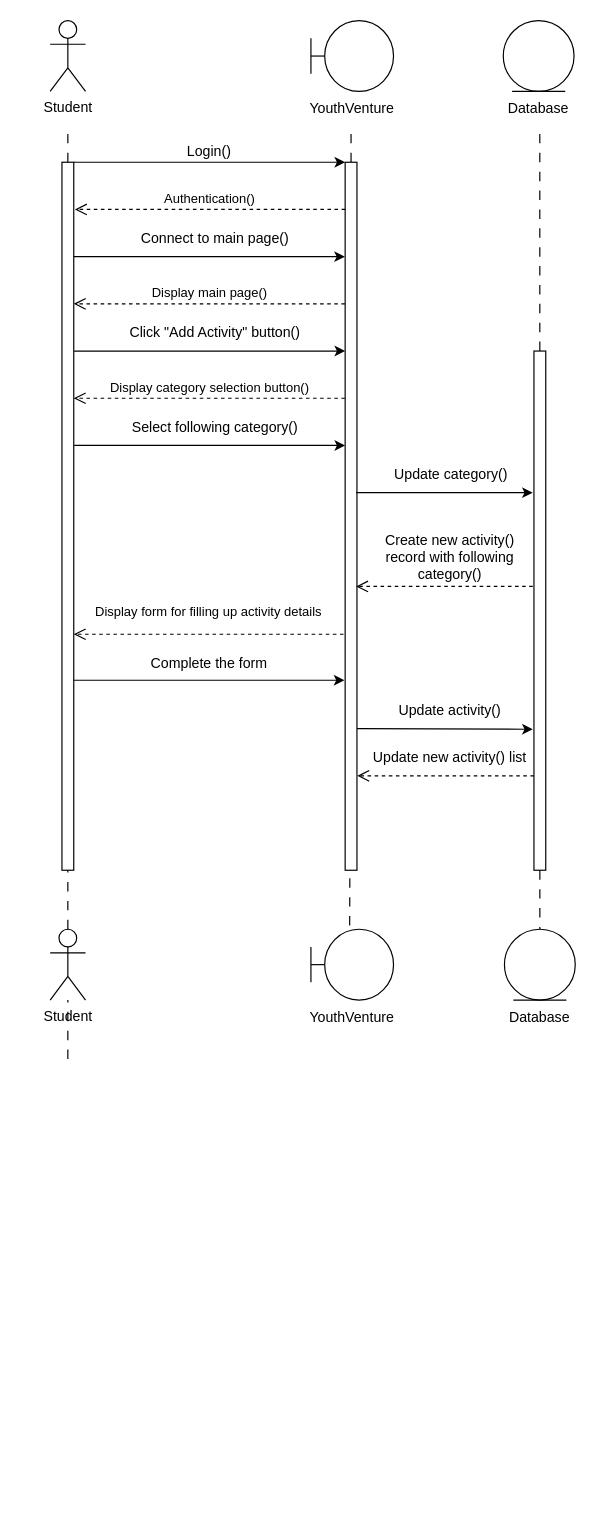
wei2030/year2_project keeps this draw.io diagram as sequence_diagram/UC019 seq diagram.drawio. Above is the earlier version. Source tidied: cells renumbered, new cells numbered last; positions are measured from the earlier drawing's top-left corner, leaving out a move shared by most shapes. Both pictures are drawn from the tidied source at 118%, with x=0, y=0 at pixel (50, 20).
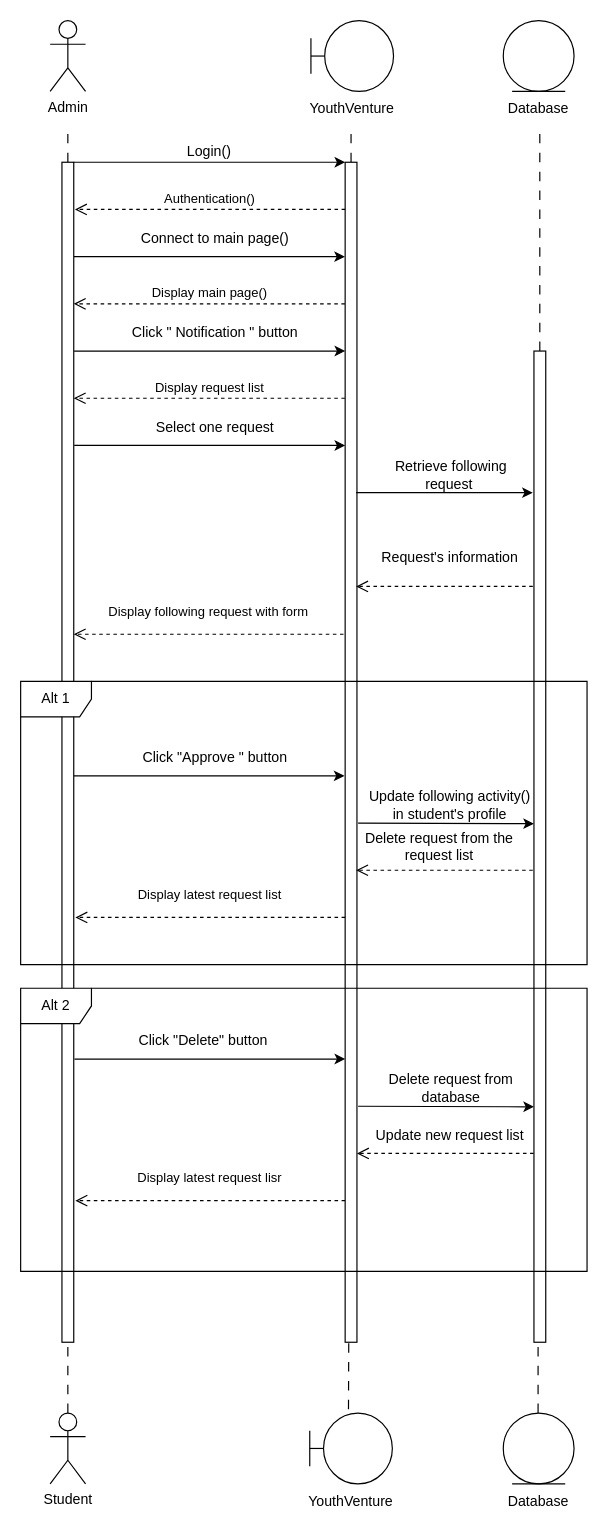
The same diagram, later.

The edit, as a diff of the source:
```diff
@@
-    <mxCell id="2" value="Student" style="shape=umlActor;verticalLabelPosition=bottom;verticalAlign=top;html=1;" parent="1" vertex="1">
+    <mxCell id="2" value="Admin" style="shape=umlActor;verticalLabelPosition=bottom;verticalAlign=top;html=1;" parent="1" vertex="1">
       <mxGeometry width="30" height="60" as="geometry" />
     </mxCell>
@@
     <mxCell id="12" style="rounded=0;whiteSpace=wrap;html=1;" parent="1" vertex="1">
-      <mxGeometry x="10" y="120" width="10" height="600" as="geometry" />
+      <mxGeometry x="10" y="120" width="10" height="1000" as="geometry" />
     </mxCell>
@@
     <mxCell id="14" style="rounded=0;whiteSpace=wrap;html=1;" parent="1" vertex="1">
-      <mxGeometry x="250" y="120" width="10" height="600" as="geometry" />
+      <mxGeometry x="250" y="120" width="10" height="1000" as="geometry" />
     </mxCell>
@@
-    <mxCell id="22" value="Click &quot;Add Activity&quot; button()" style="text;html=1;strokeColor=none;fillColor=none;align=center;verticalAlign=middle;whiteSpace=wrap;rounded=0;" parent="1" vertex="1">
+    <mxCell id="22" value="Click &quot; Notification &quot; button" style="text;html=1;strokeColor=none;fillColor=none;align=center;verticalAlign=middle;whiteSpace=wrap;rounded=0;" parent="1" vertex="1">
       <mxGeometry x="30" y="250" width="220" height="30" as="geometry" />
     </mxCell>
     <mxCell id="23" style="rounded=0;whiteSpace=wrap;html=1;" parent="1" vertex="1">
-      <mxGeometry x="410" y="280" width="10" height="440" as="geometry" />
+      <mxGeometry x="410" y="280" width="10" height="840" as="geometry" />
     </mxCell>
@@
-    <mxCell id="25" value="Update category()" style="text;html=1;strokeColor=none;fillColor=none;align=center;verticalAlign=middle;whiteSpace=wrap;rounded=0;" parent="1" vertex="1">
+    <mxCell id="25" value="Retrieve following request&amp;nbsp;" style="text;html=1;strokeColor=none;fillColor=none;align=center;verticalAlign=middle;whiteSpace=wrap;rounded=0;" parent="1" vertex="1">
       <mxGeometry x="270" y="370" width="140" height="30" as="geometry" />
     </mxCell>
@@
-    <mxCell id="27" value="Display form for filling up activity details" style="html=1;verticalAlign=bottom;endArrow=open;dashed=1;endSize=8;curved=0;rounded=0;entryX=1.124;entryY=0.603;entryDx=0;entryDy=0;entryPerimeter=0;exitX=-0.018;exitY=0.603;exitDx=0;exitDy=0;exitPerimeter=0;" parent="1" edge="1">
+    <mxCell id="27" value="Display following request with form" style="html=1;verticalAlign=bottom;endArrow=open;dashed=1;endSize=8;curved=0;rounded=0;entryX=1.124;entryY=0.603;entryDx=0;entryDy=0;entryPerimeter=0;exitX=-0.018;exitY=0.603;exitDx=0;exitDy=0;exitPerimeter=0;" parent="1" edge="1">
       <mxGeometry x="0.01" y="-10" relative="1" as="geometry">
         <mxPoint x="248.6" y="520" as="sourcePoint" />
         <mxPoint x="20" y="520" as="targetPoint" />
       </mxGeometry>
     </mxCell>
-    <mxCell id="28" style="endArrow=none;dashed=1;html=1;rounded=0;strokeWidth=1;dashPattern=8 8;" parent="1" edge="1" source="36">
-      <mxGeometry relative="1" as="geometry">
-        <mxPoint x="414" y="800" as="targetPoint" />
-      </mxGeometry>
-    </mxCell>
     <mxCell id="29" style="group;" parent="1" vertex="1">
-      <mxGeometry x="221" y="770" width="70" height="90" as="geometry" />
+      <mxGeometry x="220" y="1180" width="70" height="90" as="geometry" />
     </mxCell>
@@
     <mxCell id="32" value="Database" style="text;html=1;strokeColor=none;fillColor=none;align=center;verticalAlign=middle;whiteSpace=wrap;rounded=0;" parent="1" vertex="1">
-      <mxGeometry x="385" y="830" width="60" height="30" as="geometry" />
+      <mxGeometry x="384" y="1240" width="60" height="30" as="geometry" />
     </mxCell>
-    <mxCell id="33" style="endArrow=none;dashed=1;html=1;rounded=0;strokeWidth=1;dashPattern=8 8;" parent="1" edge="1" target="34">
-      <mxGeometry relative="1" as="geometry">
-        <mxPoint x="15" y="880" as="sourcePoint" />
-      </mxGeometry>
-    </mxCell>
     <mxCell id="34" value="Student" style="shape=umlActor;verticalLabelPosition=bottom;verticalAlign=top;html=1;" parent="1" vertex="1">
-      <mxGeometry y="770" width="30" height="60" as="geometry" />
+      <mxGeometry y="1180" width="30" height="60" as="geometry" />
     </mxCell>
-    <mxCell id="35" style="endArrow=none;dashed=1;html=1;rounded=0;strokeWidth=1;dashPattern=8 8;" parent="1" edge="1" target="36">
-      <mxGeometry relative="1" as="geometry">
-        <mxPoint x="415" y="720" as="sourcePoint" />
-      </mxGeometry>
-    </mxCell>
     <mxCell id="36" style="ellipse;shape=umlEntity;whiteSpace=wrap;html=1;" parent="1" vertex="1">
-      <mxGeometry x="385" y="770" width="60" height="60" as="geometry" />
+      <mxGeometry x="384" y="1180" width="60" height="60" as="geometry" />
     </mxCell>
-    <mxCell id="37" value="Create new activity() record with following category()" style="text;html=1;strokeColor=none;fillColor=none;align=center;verticalAlign=middle;whiteSpace=wrap;rounded=0;" parent="1" vertex="1">
+    <mxCell id="37" value="Request's information" style="text;html=1;strokeColor=none;fillColor=none;align=center;verticalAlign=middle;whiteSpace=wrap;rounded=0;" parent="1" vertex="1">
       <mxGeometry x="269" y="440" width="140" height="30" as="geometry" />
     </mxCell>
-    <mxCell id="38" value="Complete the form" style="text;html=1;strokeColor=none;fillColor=none;align=center;verticalAlign=middle;whiteSpace=wrap;rounded=0;" parent="1" vertex="1">
-      <mxGeometry x="25" y="530" width="220" height="30" as="geometry" />
+    <mxCell id="38" value="Click &quot;Approve &quot; button" style="text;html=1;strokeColor=none;fillColor=none;align=center;verticalAlign=middle;whiteSpace=wrap;rounded=0;" parent="1" vertex="1">
+      <mxGeometry x="30" y="610" width="220" height="30" as="geometry" />
     </mxCell>
     <mxCell id="39" style="endArrow=classic;html=1;rounded=0;exitX=1.02;exitY=0.712;exitDx=0;exitDy=0;exitPerimeter=0;entryX=-0.04;entryY=0.712;entryDx=0;entryDy=0;entryPerimeter=0;" parent="1" edge="1">
       <mxGeometry relative="1" as="geometry">
-        <mxPoint x="20" y="559" as="sourcePoint" />
-        <mxPoint x="249.4" y="559" as="targetPoint" />
+        <mxPoint x="20" y="640" as="sourcePoint" />
+        <mxPoint x="249.4" y="640" as="targetPoint" />
       </mxGeometry>
     </mxCell>
-    <mxCell id="40" value="Update activity()" style="text;html=1;strokeColor=none;fillColor=none;align=center;verticalAlign=middle;whiteSpace=wrap;rounded=0;" parent="1" vertex="1">
-      <mxGeometry x="269" y="570" width="140" height="30" as="geometry" />
+    <mxCell id="40" value="Update following activity() in student's profile" style="text;html=1;strokeColor=none;fillColor=none;align=center;verticalAlign=middle;whiteSpace=wrap;rounded=0;" parent="1" vertex="1">
+      <mxGeometry x="269" y="650" width="140" height="30" as="geometry" />
     </mxCell>
     <mxCell id="41" style="endArrow=classic;html=1;rounded=0;entryX=0;entryY=0;entryDx=0;entryDy=0;exitX=1;exitY=0.739;exitDx=0;exitDy=0;exitPerimeter=0;" parent="1" edge="1">
       <mxGeometry relative="1" as="geometry">
-        <mxPoint x="260" y="600" as="sourcePoint" />
-        <mxPoint x="409" y="600.5" as="targetPoint" />
+        <mxPoint x="261" y="680" as="sourcePoint" />
+        <mxPoint x="410" y="680.5" as="targetPoint" />
       </mxGeometry>
     </mxCell>
-    <mxCell id="42" value="Display category selection button()" style="html=1;verticalAlign=bottom;endArrow=open;dashed=1;endSize=8;curved=0;rounded=0;entryX=1.004;entryY=0.164;entryDx=0;entryDy=0;entryPerimeter=0;exitX=-0.019;exitY=0.164;exitDx=0;exitDy=0;exitPerimeter=0;" parent="1" edge="1">
+    <mxCell id="42" value="Display request list" style="html=1;verticalAlign=bottom;endArrow=open;dashed=1;endSize=8;curved=0;rounded=0;entryX=1.004;entryY=0.164;entryDx=0;entryDy=0;entryPerimeter=0;exitX=-0.019;exitY=0.164;exitDx=0;exitDy=0;exitPerimeter=0;" parent="1" edge="1">
       <mxGeometry relative="1" as="geometry">
         <mxPoint x="249.8" y="320" as="sourcePoint" />
         <mxPoint x="20" y="320" as="targetPoint" />
       </mxGeometry>
     </mxCell>
@@
-    <mxCell id="44" value="Select following category()" style="text;html=1;strokeColor=none;fillColor=none;align=center;verticalAlign=middle;whiteSpace=wrap;rounded=0;" parent="1" vertex="1">
+    <mxCell id="44" value="Select one request" style="text;html=1;strokeColor=none;fillColor=none;align=center;verticalAlign=middle;whiteSpace=wrap;rounded=0;" parent="1" vertex="1">
       <mxGeometry x="30" y="330" width="220" height="30" as="geometry" />
     </mxCell>
     <mxCell id="45" style="html=1;verticalAlign=bottom;endArrow=open;dashed=1;endSize=8;curved=0;rounded=0;exitX=0;exitY=1;exitDx=0;exitDy=0;entryX=1.028;entryY=0.548;entryDx=0;entryDy=0;entryPerimeter=0;" parent="1" edge="1">
       <mxGeometry x="-0.01" y="-10" relative="1" as="geometry">
-        <mxPoint x="410" y="640" as="sourcePoint" />
-        <mxPoint x="260.3" y="640" as="targetPoint" />
+        <mxPoint x="409" y="720" as="sourcePoint" />
+        <mxPoint x="259.3" y="720" as="targetPoint" />
       </mxGeometry>
     </mxCell>
-    <mxCell id="46" value="Update new activity() list" style="text;html=1;strokeColor=none;fillColor=none;align=center;verticalAlign=middle;whiteSpace=wrap;rounded=0;" parent="1" vertex="1">
-      <mxGeometry x="269" y="610" width="140" height="30" as="geometry" />
+    <mxCell id="46" value="Delete request from the request list" style="text;html=1;strokeColor=none;fillColor=none;align=center;verticalAlign=middle;whiteSpace=wrap;rounded=0;" parent="1" vertex="1">
+      <mxGeometry x="260" y="685" width="140" height="30" as="geometry" />
     </mxCell>
+    <mxCell id="47" value="Alt 1" style="shape=umlFrame;whiteSpace=wrap;html=1;" parent="1" vertex="1">
+      <mxGeometry x="-25" y="560" width="480" height="240" as="geometry" />
+    </mxCell>
+    <mxCell id="48" value="Display latest request list" style="html=1;verticalAlign=bottom;endArrow=open;dashed=1;endSize=8;curved=0;rounded=0;entryX=1.124;entryY=0.603;entryDx=0;entryDy=0;entryPerimeter=0;exitX=-0.018;exitY=0.603;exitDx=0;exitDy=0;exitPerimeter=0;" parent="1" edge="1">
+      <mxGeometry x="0.01" y="-10" relative="1" as="geometry">
+        <mxPoint x="250" y="760" as="sourcePoint" />
+        <mxPoint x="21.4" y="760" as="targetPoint" />
+      </mxGeometry>
+    </mxCell>
+    <mxCell id="49" value="Alt 2" style="shape=umlFrame;whiteSpace=wrap;html=1;" parent="1" vertex="1">
+      <mxGeometry x="-25" y="820" width="480" height="240" as="geometry" />
+    </mxCell>
+    <mxCell id="50" style="endArrow=none;dashed=1;html=1;rounded=0;strokeWidth=1;dashPattern=8 8;" parent="1" edge="1">
+      <mxGeometry relative="1" as="geometry">
+        <mxPoint x="413.5" y="1180" as="sourcePoint" />
+        <mxPoint x="413.5" y="1120" as="targetPoint" />
+      </mxGeometry>
+    </mxCell>
+    <mxCell id="51" value="Click &quot;Delete&quot; button" style="text;html=1;strokeColor=none;fillColor=none;align=center;verticalAlign=middle;whiteSpace=wrap;rounded=0;" parent="1" vertex="1">
+      <mxGeometry x="20" y="850" width="220" height="30" as="geometry" />
+    </mxCell>
+    <mxCell id="52" style="endArrow=classic;html=1;rounded=0;exitX=1.02;exitY=0.712;exitDx=0;exitDy=0;exitPerimeter=0;entryX=-0.04;entryY=0.712;entryDx=0;entryDy=0;entryPerimeter=0;" parent="1" edge="1">
+      <mxGeometry relative="1" as="geometry">
+        <mxPoint x="20.6" y="880" as="sourcePoint" />
+        <mxPoint x="250" y="880" as="targetPoint" />
+      </mxGeometry>
+    </mxCell>
+    <mxCell id="53" value="Delete request from database" style="text;html=1;strokeColor=none;fillColor=none;align=center;verticalAlign=middle;whiteSpace=wrap;rounded=0;" parent="1" vertex="1">
+      <mxGeometry x="270" y="890" width="140" height="30" as="geometry" />
+    </mxCell>
+    <mxCell id="54" style="endArrow=classic;html=1;rounded=0;entryX=0;entryY=0;entryDx=0;entryDy=0;exitX=1;exitY=0.739;exitDx=0;exitDy=0;exitPerimeter=0;" parent="1" edge="1">
+      <mxGeometry relative="1" as="geometry">
+        <mxPoint x="261" y="920" as="sourcePoint" />
+        <mxPoint x="410" y="920.5" as="targetPoint" />
+      </mxGeometry>
+    </mxCell>
+    <mxCell id="55" style="html=1;verticalAlign=bottom;endArrow=open;dashed=1;endSize=8;curved=0;rounded=0;exitX=0;exitY=1;exitDx=0;exitDy=0;entryX=1.028;entryY=0.548;entryDx=0;entryDy=0;entryPerimeter=0;" parent="1" edge="1">
+      <mxGeometry x="-0.01" y="-10" relative="1" as="geometry">
+        <mxPoint x="409.7" y="960" as="sourcePoint" />
+        <mxPoint x="260" y="960" as="targetPoint" />
+      </mxGeometry>
+    </mxCell>
+    <mxCell id="56" value="Update new request list" style="text;html=1;strokeColor=none;fillColor=none;align=center;verticalAlign=middle;whiteSpace=wrap;rounded=0;" parent="1" vertex="1">
+      <mxGeometry x="269" y="930" width="140" height="30" as="geometry" />
+    </mxCell>
+    <mxCell id="57" value="Display latest request lisr" style="html=1;verticalAlign=bottom;endArrow=open;dashed=1;endSize=8;curved=0;rounded=0;entryX=1.124;entryY=0.603;entryDx=0;entryDy=0;entryPerimeter=0;exitX=-0.018;exitY=0.603;exitDx=0;exitDy=0;exitPerimeter=0;" parent="1" edge="1">
+      <mxGeometry x="0.01" y="-10" relative="1" as="geometry">
+        <mxPoint x="250" y="1000" as="sourcePoint" />
+        <mxPoint x="21.4" y="1000" as="targetPoint" />
+      </mxGeometry>
+    </mxCell>
```
